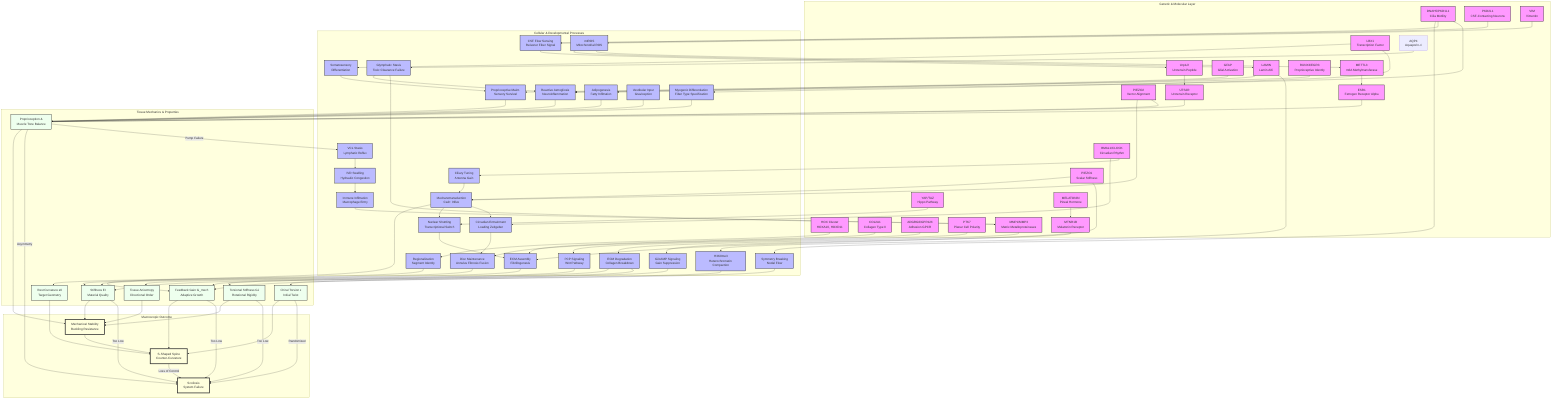
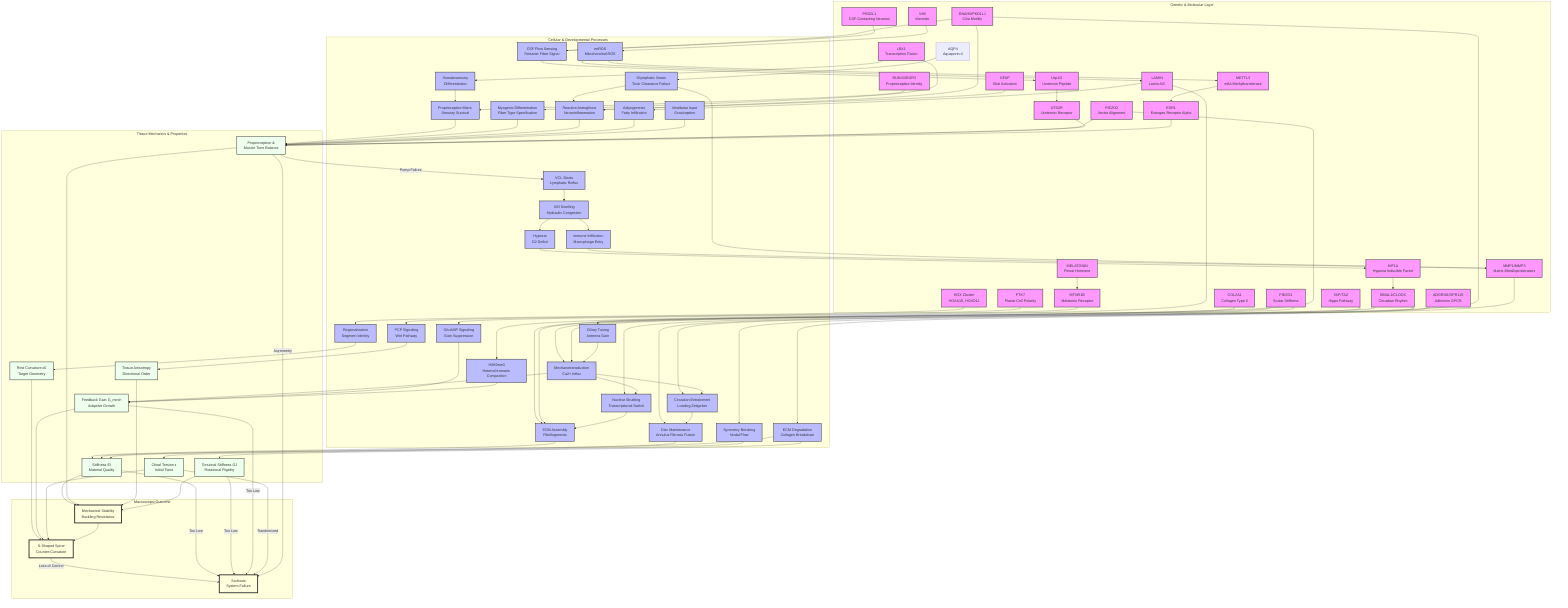
graph TD
    %% Subgraphs for Organization
    subgraph Genetics [Genetic & Molecular Layer]
        HOX[HOX Cluster<br/>HOXA10, HOXD11]
        COL[COL2A1<br/>Collagen Type II]
        PIEZO1[PIEZO1<br/>Scalar Stiffness]
        PIEZO2[PIEZO2<br/>Vector Alignment]
        CILIA[DNAH5/PKD1L1<br/>Cilia Motility]
        LBX1[LBX1<br/>Transcription Factor]
        ADGRG6[ADGRG6/GPR126<br/>Adhesion GPCR]
        PTK7[PTK7<br/>Planar Cell Polarity]
        YAP[YAP/TAZ<br/>Hippo Pathway]
        PKD2L1[PKD2L1<br/>CSF-Contacting Neurons]
        MMP[MMP1/MMP3<br/>Matrix Metalloproteinases]
        URP[Urp1/2<br/>Urotensin Peptide]
        UTS2R[UTS2R<br/>Urotensin Receptor]
        GFAP[GFAP<br/>Glial Activation]
        VIM[VIM<br/>Vimentin]
        LAMIN[LAMIN<br/>Lamin A/C]
        BMAL1[BMAL1/CLOCK<br/>Circadian Rhythm]
        RUNX3[RUNX3/EGR3<br/>Proprioceptive Identity]
        METTL3[METTL3<br/>m6A Methyltransferase]
        ESR1[ESR1<br/>Estrogen Receptor Alpha]
        AQP4[AQP4<br/>Aquaporin-4]
        MELATONIN[MELATONIN<br/>Pineal Hormone]
        MT2[MTNR1B<br/>Melatonin Receptor]
+         HIF1A[HIF1A<br/>Hypoxia Inducible Factor]
    end

    subgraph Processes [Cellular & Developmental Processes]
        Astrogliosis[Reactive Astrogliosis<br/>Neuroinflammation]
        Region[Regionalization<br/>Segment Identity]
        ECM_Assembly[ECM Assembly<br/>Fibrillogenesis]
        Nucl_Shuttle[Nuclear Shuttling<br/>Transcriptional Switch]
        Mech_Trans[Mechanotransduction<br/>Ca2+ Influx]
        Sym_Break[Symmetry Breaking<br/>Nodal Flow]
        CSF_Sensing[CSF Flow Sensing<br/>Reissner Fiber Signal]
        Neur_Diff[Somatosensory<br/>Differentiation]
        Muscle_Diff[Myogenic Differentiation<br/>Fiber Type Specification]
        Disc_Maint[Disc Maintenance<br/>Annulus Fibrosis Fusion]
        PCP_Sig[PCP Signaling<br/>Wnt Pathway]
        Degradation[ECM Degradation<br/>Collagen Breakdown]
        mtROS[mtROS<br/>Mitochondrial ROS]
        Adipogenesis[Adipogenesis<br/>Fatty Infiltration]
        Hydraulic_Congestion[IVD Swelling<br/>Hydraulic Congestion]
        Immune_Infilt[Immune Infiltration<br/>Macrophage Entry]
        Circadian_Entrain[Circadian Entrainment<br/>Loading Zeitgeber]
        Proprio_Maint[Proprioceptive Maint.<br/>Sensory Survival]
        H3K9me3[H3K9me3<br/>Heterochromatin Compaction]
        VCL_Stasis[VCL Stasis<br/>Lymphatic Reflux]
        Glymphatic_Stasis[Glymphatic Stasis<br/>Toxic Clearance Failure]
        Vestibular_Input[Vestibular Input<br/>Graviception]
        Gi_cAMP[Gi/cAMP Signaling<br/>Gain Suppression]
        Ciliary_Tuning[Ciliary Tuning<br/>Antenna Gain]
+         Hypoxia[Hypoxia<br/>O2 Deficit]
    end

    subgraph Tissue [Tissue Mechanics & Properties]
        Rest_Kappa[Rest Curvature κ0<br/>Target Geometry]
        Stiffness[Stiffness EI<br/>Material Quality]
        Torsional_Stiffness[Torsional Stiffness GJ<br/>Rotational Rigidity]
        Gain[Feedback Gain G_mech<br/>Adaptive Growth]
        Torsion[Chiral Torsion ε<br/>Initial Twist]
        Muscle_Tone[Proprioception &<br/>Muscle Tone Balance]
        Anisotropy[Tissue Anisotropy<br/>Directional Order]
    end

    subgraph Outcome [Macroscopic Outcome]
        S_Curve[S-Shaped Spine<br/>Counter-Curvature]
        Stability[Mechanical Stability<br/>Buckling Resistance]
        Scoliosis[Scoliosis<br/>System Failure]
    end

    %% Connections
    HOX --> Region
    Region --> Rest_Kappa
    Rest_Kappa --> S_Curve

    COL --> ECM_Assembly
    ECM_Assembly --> Stiffness
    Stiffness --> Stability

    PIEZO1 --> Mech_Trans
    PIEZO2 --> Mech_Trans
    Mech_Trans --> Gain
    Gain --> S_Curve

    %% NEW ARC: Piezo Duality (Vector-Scalar Mismatch)
    PIEZO1 --> ECM_Assembly
    PIEZO2 --> Muscle_Tone

    CILIA --> Sym_Break
    Sym_Break --> Torsion
    Torsion --> S_Curve

    LBX1 --> Neur_Diff
    LBX1 --> Muscle_Diff
    Neur_Diff --> Proprio_Maint
    Proprio_Maint --> Muscle_Tone
    Muscle_Diff --> Muscle_Tone
    Muscle_Tone --> Stability

    %% NEW ARC: Proprioceptive Maintenance
    RUNX3 --> Proprio_Maint

    %% NEW ARC: ADGRG6
    ADGRG6 --> Disc_Maint
    Disc_Maint --> Stiffness

    %% NEW ARC: PTK7
    PTK7 --> PCP_Sig
    PCP_Sig --> Anisotropy
    Anisotropy --> Stability

    %% NEW ARC: YAP/TAZ
    YAP --> Nucl_Shuttle
    Nucl_Shuttle --> ECM_Assembly
    Mech_Trans --> Nucl_Shuttle

    %% NEW ARC: CSF/Reissner Fiber
    CILIA --> CSF_Sensing
    PKD2L1 --> CSF_Sensing
    CSF_Sensing --> URP
    URP --> UTS2R
    UTS2R --> Muscle_Tone

    %% NEW ARC: MMP Degradation
    MMP --> Degradation
    Degradation --> Stiffness

    %% NEW ARC: Neuro-Inflammatory Pathway
    CILIA --> Astrogliosis
    GFAP --> Astrogliosis
    Astrogliosis --> Muscle_Tone

    %% NEW ARC: Vimentin Metabolic Switch
    VIM --> mtROS
    mtROS --> LAMIN
    LAMIN --> Adipogenesis
    Adipogenesis --> Muscle_Tone

    %% NEW ARC: Inflamed Torsion
    Hydraulic_Congestion --> Immune_Infilt
    Immune_Infilt --> MMP
    Degradation --> Torsional_Stiffness
    Torsional_Stiffness --> Stability

    %% NEW ARC: Glymphatic Stasis
    AQP4 --> Glymphatic_Stasis
    Glymphatic_Stasis --> Astrogliosis

    %% NEW ARC: Glymphatic-MMP Axis (Chen et al., 2025)
    Glymphatic_Stasis --> MMP

    %% NEW ARC: Melatonin Gain Control
    MELATONIN --> MT2
    MT2 --> Gi_cAMP
    Gi_cAMP --> Gain

    %% NEW ARC: Vestibular Asymmetry
    Vestibular_Input --> Muscle_Tone

    %% Cross-Talk and Failures
    Stability --> S_Curve
    S_Curve -- "Loss of Control" --> Scoliosis
    Stiffness -- "Too Low" --> Scoliosis
    Torsional_Stiffness -- "Too Low" --> Scoliosis
    Gain -- "Too Low" --> Scoliosis
    Torsion -- "Randomized" --> Scoliosis
    Muscle_Tone -- "Asymmetry" --> Scoliosis

    %% Styling
    classDef gene fill:#f9f,stroke:#333,stroke-width:2px;
    classDef process fill:#bbf,stroke:#333,stroke-width:2px;
    classDef tissue fill:#efe,stroke:#333,stroke-width:2px;
    classDef outcome fill:#ffd,stroke:#333,stroke-width:4px;

    %% NEW ARC: Spinal Jetlag
    BMAL1 --> Circadian_Entrain
    Mech_Trans --> Circadian_Entrain
    Circadian_Entrain --> Disc_Maint

    %% NEW ARC: Tunable Antenna (Miyoshi et al., 2024)
    BMAL1 --> Ciliary_Tuning
    Ciliary_Tuning --> Mech_Trans

    %% NEW ARC: Epigenetic Asymmetry
    mtROS --> METTL3
    METTL3 --> ESR1
    ESR1 --> Muscle_Tone

    %% NEW ARC: Nuclear Stiffness (Scalar Senescence)
    LAMIN --> H3K9me3
    H3K9me3 --> Gain

    %% NEW ARC: Lymphatic Drainage Pathway (VCL)
    Muscle_Tone -- "Pump Failure" --> VCL_Stasis
    VCL_Stasis --> Hydraulic_Congestion

-     class HOX,COL,PIEZO1,PIEZO2,CILIA,LBX1,ADGRG6,PTK7,YAP,PKD2L1,MMP,URP,UTS2R,GFAP,VIM,LAMIN,BMAL1,RUNX3,METTL3,ESR1,MELATONIN,MT2 gene;
-     class Region,ECM_Assembly,Mech_Trans,Sym_Break,Neur_Diff,Muscle_Diff,Disc_Maint,PCP_Sig,Nucl_Shuttle,CSF_Sensing,Degradation,Astrogliosis,mtROS,Adipogenesis,Hydraulic_Congestion,Immune_Infilt,Circadian_Entrain,Proprio_Maint,H3K9me3,VCL_Stasis,Glymphatic_Stasis,Vestibular_Input,Gi_cAMP,Ciliary_Tuning process;
+     %% NEW ARC: Hypoxic Clock Block (HIF1A)
+     Hydraulic_Congestion --> Hypoxia
+     Hypoxia --> HIF1A
+     HIF1A --> BMAL1
+ 
+     class HOX,COL,PIEZO1,PIEZO2,CILIA,LBX1,ADGRG6,PTK7,YAP,PKD2L1,MMP,URP,UTS2R,GFAP,VIM,LAMIN,BMAL1,RUNX3,METTL3,ESR1,MELATONIN,MT2,HIF1A gene;
+     class Region,ECM_Assembly,Mech_Trans,Sym_Break,Neur_Diff,Muscle_Diff,Disc_Maint,PCP_Sig,Nucl_Shuttle,CSF_Sensing,Degradation,Astrogliosis,mtROS,Adipogenesis,Hydraulic_Congestion,Immune_Infilt,Circadian_Entrain,Proprio_Maint,H3K9me3,VCL_Stasis,Glymphatic_Stasis,Vestibular_Input,Gi_cAMP,Ciliary_Tuning,Hypoxia process;
    class Rest_Kappa,Stiffness,Torsional_Stiffness,Gain,Torsion,Muscle_Tone,Anisotropy tissue;
    class S_Curve,Stability,Scoliosis outcome;
